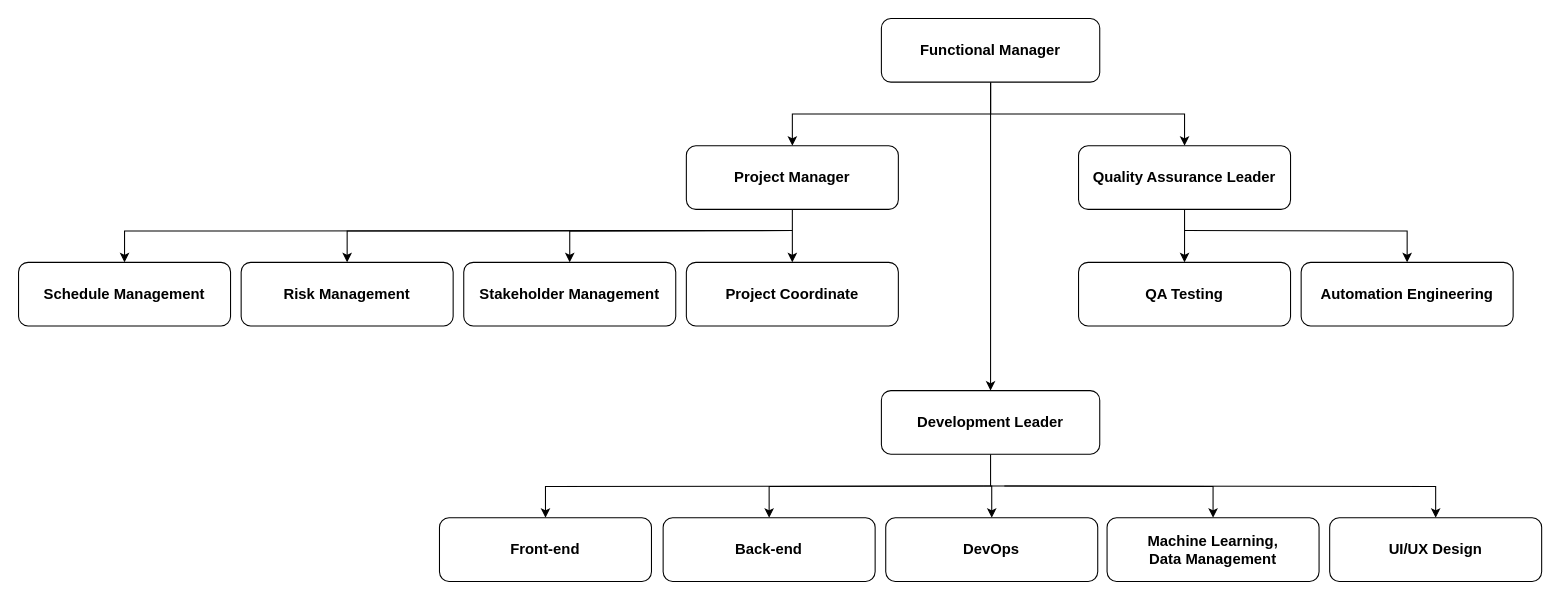
Before: Untitled Diagram.drawio in iirtrtrt/data, a draw.io diagram. Source tidied: cells renumbered, new cells numbered last; positions are measured from the earlier drawing's top-left corner, leaving out a move shared by most shapes. Both pictures are drawn from the tidied source at 106%, with x=0, y=0 at pixel (18, 18).
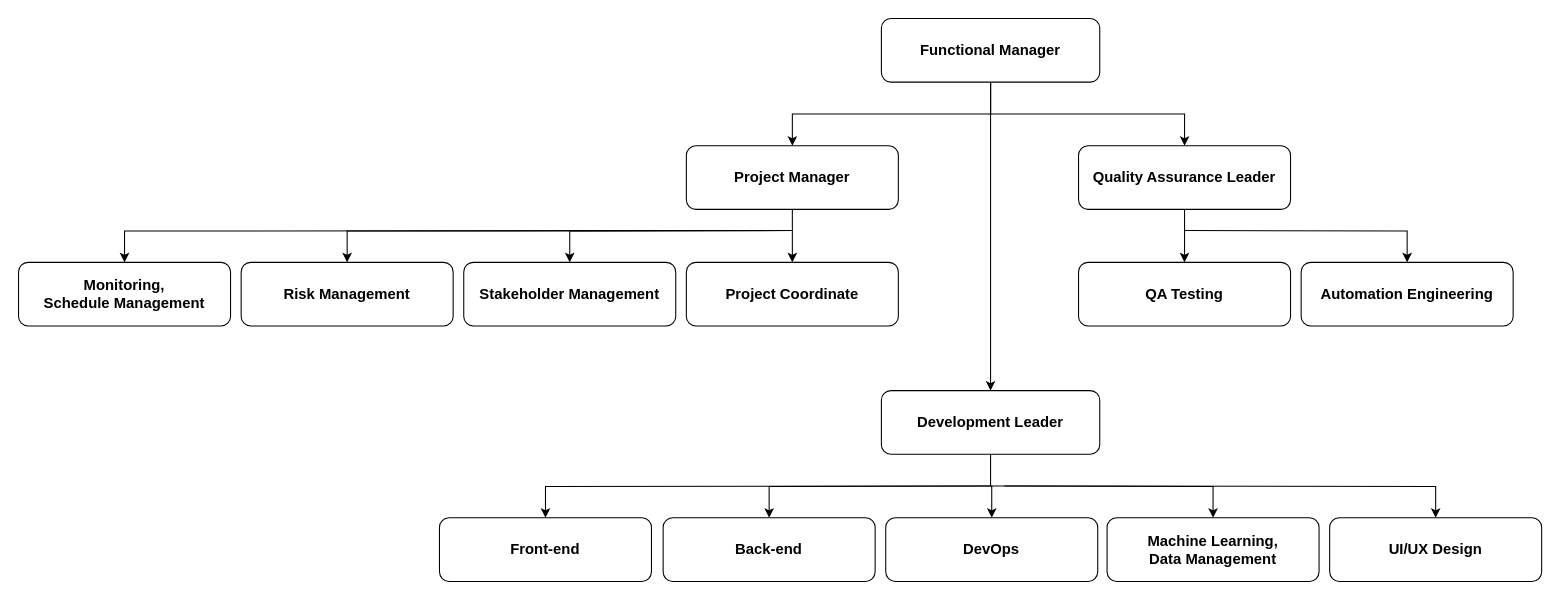
Above is the later version.

Change to the diagram source:
```diff
@@
-    <mxCell id="30" value="&lt;span style=&quot;font-size: 14px;&quot;&gt;&lt;b&gt;Schedule Management&lt;/b&gt;&lt;/span&gt;" style="rounded=1;whiteSpace=wrap;html=1;" parent="1" vertex="1">
+    <mxCell id="30" value="&lt;span style=&quot;font-size: 14px;&quot;&gt;&lt;b&gt;Monitoring,&lt;/b&gt;&lt;/span&gt;&lt;div&gt;&lt;span style=&quot;font-size: 14px;&quot;&gt;&lt;b&gt;Schedule Management&lt;/b&gt;&lt;/span&gt;&lt;/div&gt;" style="rounded=1;whiteSpace=wrap;html=1;" parent="1" vertex="1">
       <mxGeometry y="230" width="200" height="60" as="geometry" />
     </mxCell>
```
